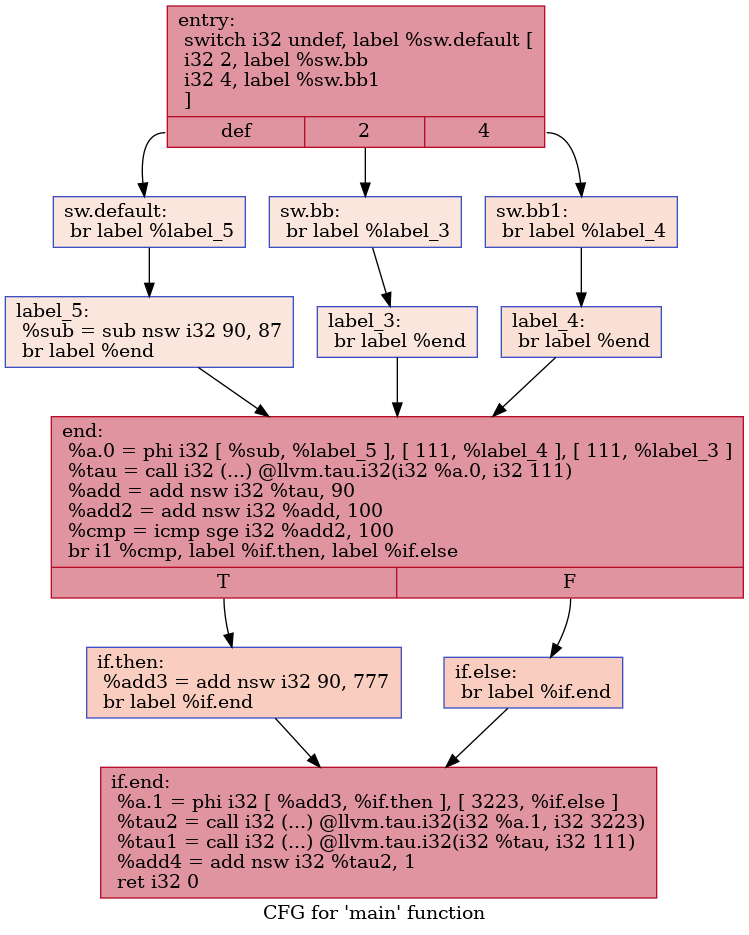
Above: IR/cfg/afterHPSSA.dot.png in HPSSA-LLVM/HPSSA-LLVM (Graphviz), before the change. Its source is kept beside it as IR/cfg/afterHPSSA.dot.
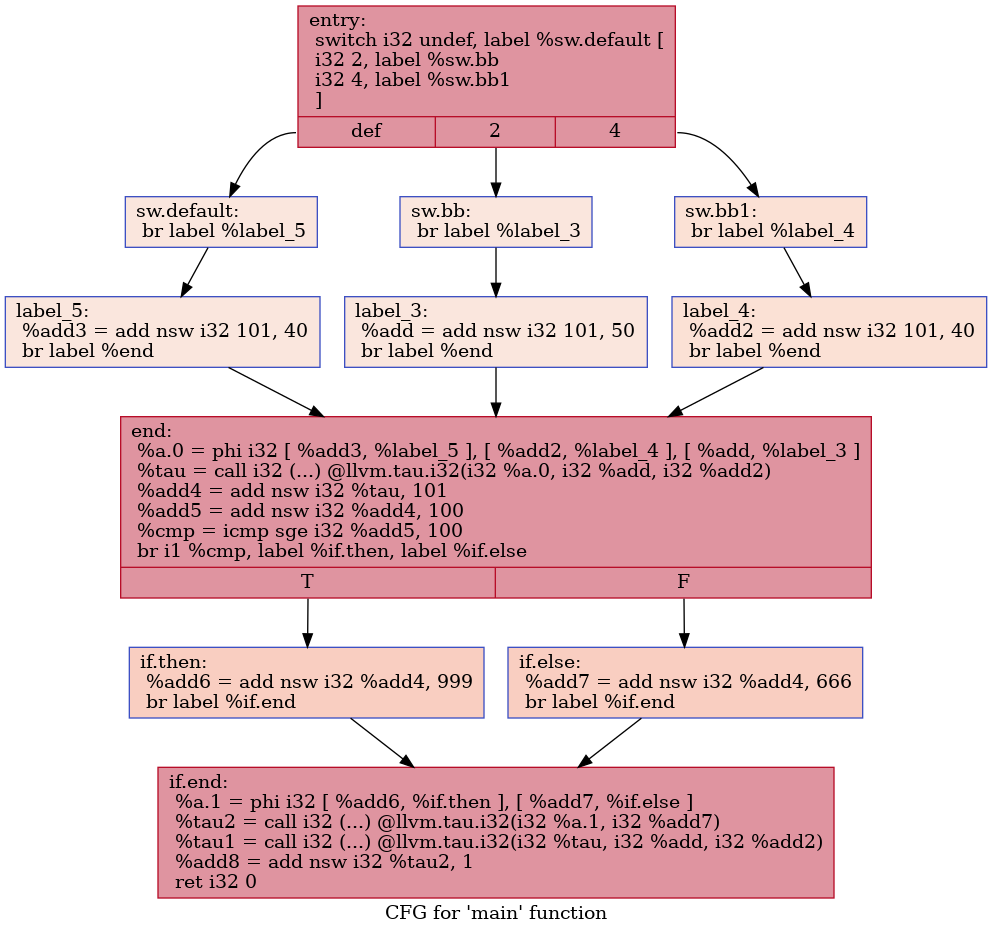
Later version of the same file.

The edit, as a diff of the source:
```diff
@@ -1,28 +1,28 @@
 digraph "CFG for 'main' function" {
 	label="CFG for 'main' function";
 
-	Node0x5597a2e50920 [shape=record,color="#b70d28ff", style=filled, fillcolor="#b70d2870",label="{entry:\l  switch i32 undef, label %sw.default [\l    i32 2, label %sw.bb\l    i32 4, label %sw.bb1\l  ]\l|{<s0>def|<s1>2|<s2>4}}"];
-	Node0x5597a2e50920:s0 -> Node0x5597a2e50e80;
-	Node0x5597a2e50920:s1 -> Node0x5597a2e50f00;
-	Node0x5597a2e50920:s2 -> Node0x5597a2e50fa0;
-	Node0x5597a2e50f00 [shape=record,color="#3d50c3ff", style=filled, fillcolor="#f3c7b170",label="{sw.bb:                                            \l  br label %label_3\l}"];
-	Node0x5597a2e50f00 -> Node0x5597a2e51130;
-	Node0x5597a2e50fa0 [shape=record,color="#3d50c3ff", style=filled, fillcolor="#f7bca170",label="{sw.bb1:                                           \l  br label %label_4\l}"];
-	Node0x5597a2e50fa0 -> Node0x5597a2e51210;
-	Node0x5597a2e50e80 [shape=record,color="#3d50c3ff", style=filled, fillcolor="#f3c7b170",label="{sw.default:                                       \l  br label %label_5\l}"];
-	Node0x5597a2e50e80 -> Node0x5597a2e512f0;
-	Node0x5597a2e51130 [shape=record,color="#3d50c3ff", style=filled, fillcolor="#f3c7b170",label="{label_3:                                          \l  br label %end\l}"];
-	Node0x5597a2e51130 -> Node0x5597a2e513d0;
-	Node0x5597a2e51210 [shape=record,color="#3d50c3ff", style=filled, fillcolor="#f7bca170",label="{label_4:                                          \l  br label %end\l}"];
-	Node0x5597a2e51210 -> Node0x5597a2e513d0;
-	Node0x5597a2e512f0 [shape=record,color="#3d50c3ff", style=filled, fillcolor="#f3c7b170",label="{label_5:                                          \l  %sub = sub nsw i32 90, 87\l  br label %end\l}"];
-	Node0x5597a2e512f0 -> Node0x5597a2e513d0;
-	Node0x5597a2e513d0 [shape=record,color="#b70d28ff", style=filled, fillcolor="#b70d2870",label="{end:                                              \l  %a.0 = phi i32 [ %sub, %label_5 ], [ 111, %label_4 ], [ 111, %label_3 ]\l  %tau = call i32 (...) @llvm.tau.i32(i32 %a.0, i32 111)\l  %add = add nsw i32 %tau, 90\l  %add2 = add nsw i32 %add, 100\l  %cmp = icmp sge i32 %add2, 100\l  br i1 %cmp, label %if.then, label %if.else\l|{<s0>T|<s1>F}}"];
-	Node0x5597a2e513d0:s0 -> Node0x5597a2e51d90;
-	Node0x5597a2e513d0:s1 -> Node0x5597a2e51e00;
-	Node0x5597a2e51d90 [shape=record,color="#3d50c3ff", style=filled, fillcolor="#f2907270",label="{if.then:                                          \l  %add3 = add nsw i32 90, 777\l  br label %if.end\l}"];
-	Node0x5597a2e51d90 -> Node0x5597a2e52000;
-	Node0x5597a2e51e00 [shape=record,color="#3d50c3ff", style=filled, fillcolor="#f2907270",label="{if.else:                                          \l  br label %if.end\l}"];
-	Node0x5597a2e51e00 -> Node0x5597a2e52000;
-	Node0x5597a2e52000 [shape=record,color="#b70d28ff", style=filled, fillcolor="#b70d2870",label="{if.end:                                           \l  %a.1 = phi i32 [ %add3, %if.then ], [ 3223, %if.else ]\l  %tau2 = call i32 (...) @llvm.tau.i32(i32 %a.1, i32 3223)\l  %tau1 = call i32 (...) @llvm.tau.i32(i32 %tau, i32 111)\l  %add4 = add nsw i32 %tau2, 1\l  ret i32 0\l}"];
+	Node0x56322628e9a0 [shape=record,color="#b70d28ff", style=filled, fillcolor="#b70d2870",label="{entry:\l  switch i32 undef, label %sw.default [\l    i32 2, label %sw.bb\l    i32 4, label %sw.bb1\l  ]\l|{<s0>def|<s1>2|<s2>4}}"];
+	Node0x56322628e9a0:s0 -> Node0x56322628ef00;
+	Node0x56322628e9a0:s1 -> Node0x56322628ef80;
+	Node0x56322628e9a0:s2 -> Node0x56322628f020;
+	Node0x56322628ef80 [shape=record,color="#3d50c3ff", style=filled, fillcolor="#f3c7b170",label="{sw.bb:                                            \l  br label %label_3\l}"];
+	Node0x56322628ef80 -> Node0x56322628f1b0;
+	Node0x56322628f020 [shape=record,color="#3d50c3ff", style=filled, fillcolor="#f7bca170",label="{sw.bb1:                                           \l  br label %label_4\l}"];
+	Node0x56322628f020 -> Node0x56322628f290;
+	Node0x56322628ef00 [shape=record,color="#3d50c3ff", style=filled, fillcolor="#f3c7b170",label="{sw.default:                                       \l  br label %label_5\l}"];
+	Node0x56322628ef00 -> Node0x56322628f370;
+	Node0x56322628f1b0 [shape=record,color="#3d50c3ff", style=filled, fillcolor="#f3c7b170",label="{label_3:                                          \l  %add = add nsw i32 101, 50\l  br label %end\l}"];
+	Node0x56322628f1b0 -> Node0x56322628f560;
+	Node0x56322628f290 [shape=record,color="#3d50c3ff", style=filled, fillcolor="#f7bca170",label="{label_4:                                          \l  %add2 = add nsw i32 101, 40\l  br label %end\l}"];
+	Node0x56322628f290 -> Node0x56322628f560;
+	Node0x56322628f370 [shape=record,color="#3d50c3ff", style=filled, fillcolor="#f3c7b170",label="{label_5:                                          \l  %add3 = add nsw i32 101, 40\l  br label %end\l}"];
+	Node0x56322628f370 -> Node0x56322628f560;
+	Node0x56322628f560 [shape=record,color="#b70d28ff", style=filled, fillcolor="#b70d2870",label="{end:                                              \l  %a.0 = phi i32 [ %add3, %label_5 ], [ %add2, %label_4 ], [ %add, %label_3 ]\l  %tau = call i32 (...) @llvm.tau.i32(i32 %a.0, i32 %add, i32 %add2)\l  %add4 = add nsw i32 %tau, 101\l  %add5 = add nsw i32 %add4, 100\l  %cmp = icmp sge i32 %add5, 100\l  br i1 %cmp, label %if.then, label %if.else\l|{<s0>T|<s1>F}}"];
+	Node0x56322628f560:s0 -> Node0x56322628feb0;
+	Node0x56322628f560:s1 -> Node0x56322628ff20;
+	Node0x56322628feb0 [shape=record,color="#3d50c3ff", style=filled, fillcolor="#f2907270",label="{if.then:                                          \l  %add6 = add nsw i32 %add4, 999\l  br label %if.end\l}"];
+	Node0x56322628feb0 -> Node0x563226290120;
+	Node0x56322628ff20 [shape=record,color="#3d50c3ff", style=filled, fillcolor="#f2907270",label="{if.else:                                          \l  %add7 = add nsw i32 %add4, 666\l  br label %if.end\l}"];
+	Node0x56322628ff20 -> Node0x563226290120;
+	Node0x563226290120 [shape=record,color="#b70d28ff", style=filled, fillcolor="#b70d2870",label="{if.end:                                           \l  %a.1 = phi i32 [ %add6, %if.then ], [ %add7, %if.else ]\l  %tau2 = call i32 (...) @llvm.tau.i32(i32 %a.1, i32 %add7)\l  %tau1 = call i32 (...) @llvm.tau.i32(i32 %tau, i32 %add, i32 %add2)\l  %add8 = add nsw i32 %tau2, 1\l  ret i32 0\l}"];
 }
```
